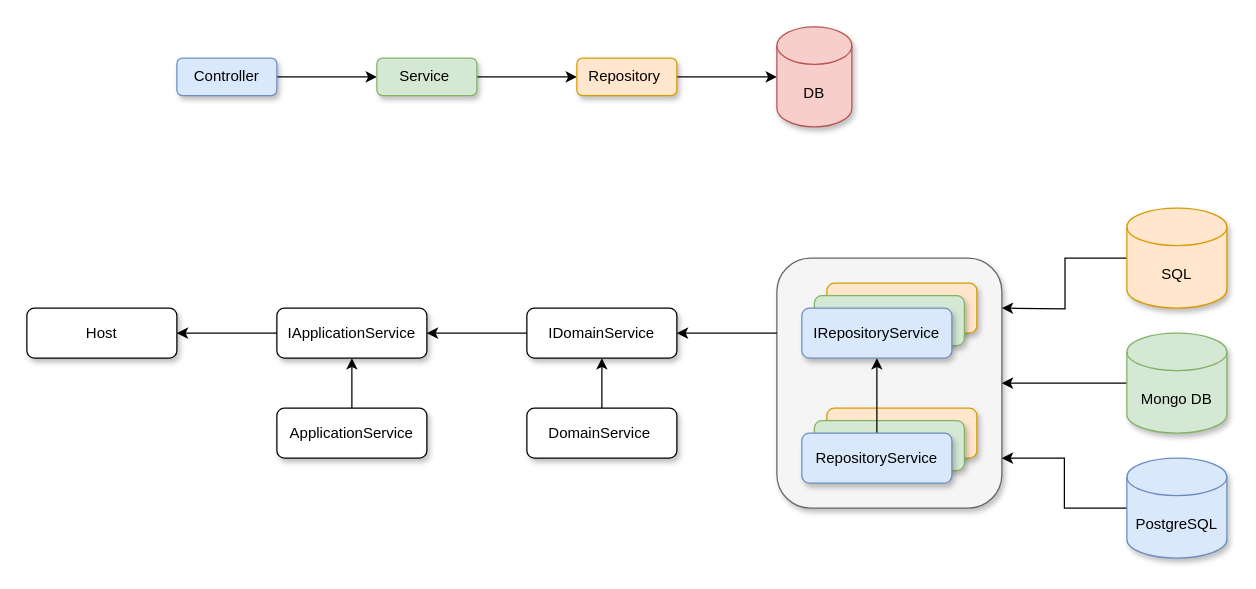
This is page "Service Design" (1 of 2) of Diagram.drawio from pvndeshmukh/pvndeshmukh, a draw.io file, before an edit. Source tidied: cells renumbered, new cells numbered last; positions are measured from the earlier drawing's top-left corner, leaving out a move shared by most shapes. Both pictures are drawn from the tidied source at 125%, with x=0, y=0 at pixel (26, 26).
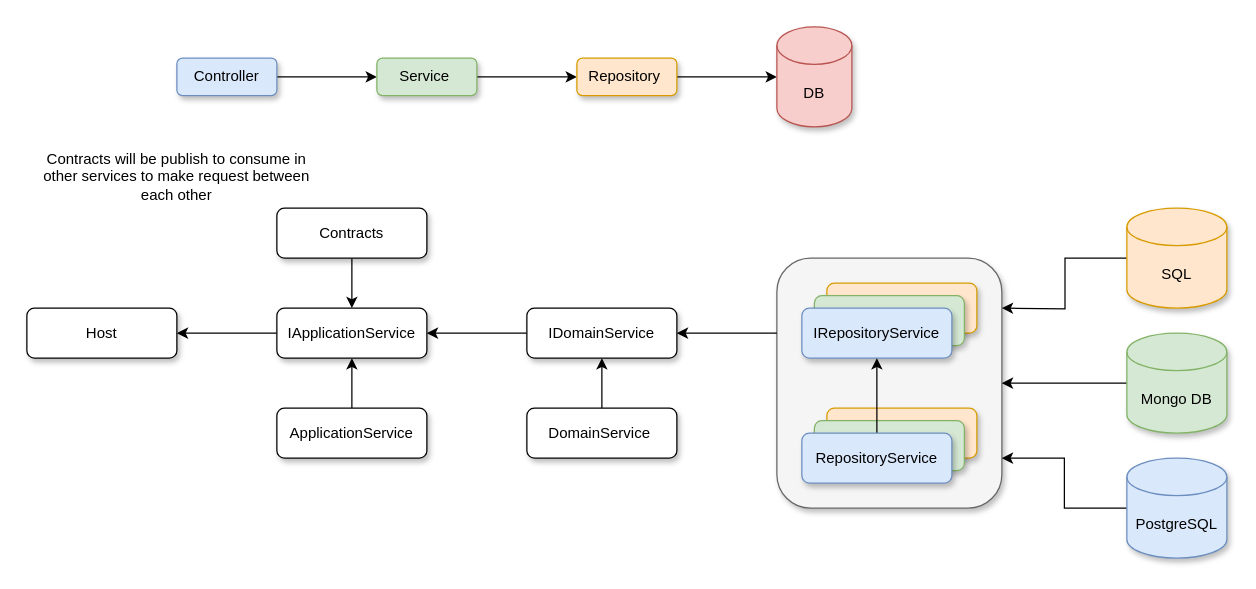
The same diagram, later.

Unchanged cells that the change refers to:
```xml
<mxCell id="18" value="IApplicationService" style="rounded=1;whiteSpace=wrap;html=1;shadow=1;" parent="1" vertex="1">
  <mxGeometry x="200" y="225" width="120" height="40" as="geometry" />
</mxCell>
```

What changed in the source:
```diff
@@
+    <mxCell id="33" style="edgeStyle=orthogonalEdgeStyle;rounded=0;jettySize=auto;html=1;entryX=0.5;entryY=0;entryDx=0;entryDy=0;" parent="1" edge="1" source="34" target="18">
+      <mxGeometry relative="1" as="geometry" />
+    </mxCell>
+    <mxCell id="34" value="Contracts" style="rounded=1;whiteSpace=wrap;html=1;shadow=1;" parent="1" vertex="1">
+      <mxGeometry x="200" y="145" width="120" height="40" as="geometry" />
+    </mxCell>
+    <mxCell id="35" value="Contracts will be publish to consume in other services to make request between each other" style="text;html=1;strokeColor=none;fillColor=none;align=center;verticalAlign=middle;whiteSpace=wrap;rounded=0;shadow=1;" parent="1" vertex="1">
+      <mxGeometry y="105" width="240" height="30" as="geometry" />
+    </mxCell>
```
